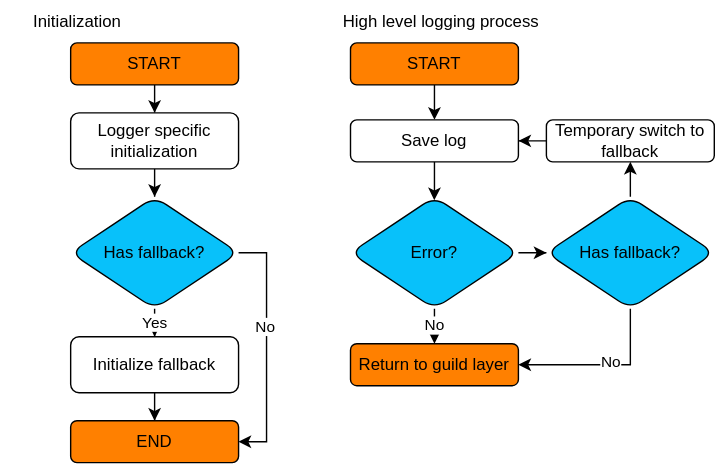
Above: docs/thesis/images/daf-high-level-log.svg in davidhozic/discord-advertisement-framework (draw.io), before the change. Source tidied: cells renumbered, new cells last; positions are measured from the earlier drawing's top-left corner, leaving out a move shared by most shapes.
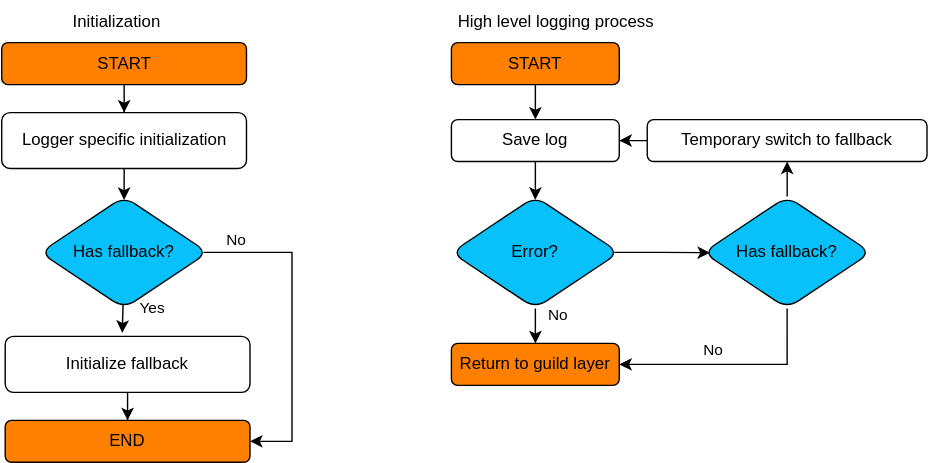
After the change.

What changed in the source:
```diff
@@ -6,27 +6,29 @@
       <mxGeometry relative="1" as="geometry" />
     </mxCell>
     <mxCell id="3" value="START" style="rounded=1;whiteSpace=wrap;html=1;fontSize=12;glass=0;strokeWidth=1;shadow=0;fillColor=#FF8000;strokeColor=default;" parent="1" vertex="1">
-      <mxGeometry x="50" y="30" width="120" height="30" as="geometry" />
+      <mxGeometry x="22.5" y="30" width="175" height="30" as="geometry" />
     </mxCell>
-    <mxCell id="4" style="edgeStyle=orthogonalEdgeStyle;rounded=0;jettySize=auto;html=1;" parent="1" edge="1" source="5" target="9">
+    <mxCell id="4" style="edgeStyle=orthogonalEdgeStyle;rounded=0;jettySize=auto;html=1;entryX=0.5;entryY=0.031;entryDx=0;entryDy=0;entryPerimeter=0;" parent="1" edge="1" source="5" target="9">
       <mxGeometry relative="1" as="geometry" />
     </mxCell>
     <mxCell id="5" value="Logger specific initialization" style="whiteSpace=wrap;html=1;rounded=1;glass=0;strokeWidth=1;shadow=0;" parent="1" vertex="1">
-      <mxGeometry x="50" y="80" width="120" height="40" as="geometry" />
+      <mxGeometry x="22.5" y="80" width="175" height="40" as="geometry" />
     </mxCell>
-    <mxCell id="6" value="Yes" style="edgeStyle=orthogonalEdgeStyle;rounded=0;jettySize=auto;html=1;" parent="1" edge="1" source="9" target="11">
-      <mxGeometry relative="1" as="geometry" />
+    <mxCell id="6" value="Yes" style="edgeStyle=orthogonalEdgeStyle;rounded=0;jettySize=auto;html=1;exitX=0.494;exitY=0.962;exitDx=0;exitDy=0;exitPerimeter=0;entryX=0.478;entryY=-0.063;entryDx=0;entryDy=0;entryPerimeter=0;" parent="1" edge="1" source="9" target="11">
+      <mxGeometry x="-0.77" y="21" relative="1" as="geometry" />
     </mxCell>
-    <mxCell id="7" style="edgeStyle=orthogonalEdgeStyle;rounded=0;jettySize=auto;html=1;entryX=1;entryY=0.5;entryDx=0;entryDy=0;" parent="1" edge="1" source="9" target="12">
+    <mxCell id="7" style="edgeStyle=orthogonalEdgeStyle;rounded=0;jettySize=auto;html=1;entryX=1;entryY=0.5;entryDx=0;entryDy=0;exitX=0.973;exitY=0.499;exitDx=0;exitDy=0;exitPerimeter=0;" parent="1" edge="1" source="9" target="12">
       <mxGeometry relative="1" as="geometry">
         <Array as="points">
-          <mxPoint x="190" y="180" />
-          <mxPoint x="190" y="315" />
+          <mxPoint x="230" y="180" />
+          <mxPoint x="230" y="315" />
         </Array>
       </mxGeometry>
     </mxCell>
     <mxCell id="8" value="No" style="edgeLabel;html=1;align=center;verticalAlign=middle;" parent="7" vertex="1">
-      <mxGeometry x="-0.18" y="-1" relative="1" as="geometry" />
+      <mxGeometry x="-0.18" y="-1" relative="1" as="geometry">
+        <mxPoint x="-39" y="-40" as="offset" />
+      </mxGeometry>
     </mxCell>
     <mxCell id="9" value="Has fallback?" style="rhombus;whiteSpace=wrap;html=1;rounded=1;glass=0;strokeWidth=1;shadow=0;fillColor=#08C1FA;" parent="1" vertex="1">
       <mxGeometry x="50" y="140" width="120" height="80" as="geometry" />
@@ -35,58 +37,60 @@
       <mxGeometry relative="1" as="geometry" />
     </mxCell>
     <mxCell id="11" value="Initialize fallback" style="whiteSpace=wrap;html=1;rounded=1;glass=0;strokeWidth=1;shadow=0;" parent="1" vertex="1">
-      <mxGeometry x="50" y="240" width="120" height="40" as="geometry" />
+      <mxGeometry x="25" y="240" width="175" height="40" as="geometry" />
     </mxCell>
     <mxCell id="12" value="END" style="whiteSpace=wrap;html=1;rounded=1;glass=0;strokeWidth=1;shadow=0;fillColor=#FF8000;strokeColor=default;" parent="1" vertex="1">
-      <mxGeometry x="50" y="300" width="120" height="30" as="geometry" />
+      <mxGeometry x="25" y="300" width="175" height="30" as="geometry" />
     </mxCell>
     <mxCell id="13" value="Initialization" style="text;html=1;strokeColor=none;fillColor=none;align=center;verticalAlign=middle;whiteSpace=wrap;rounded=0;" parent="1" vertex="1">
-      <mxGeometry width="110" height="30" as="geometry" />
+      <mxGeometry x="50" width="110" height="30" as="geometry" />
     </mxCell>
     <mxCell id="14" style="edgeStyle=orthogonalEdgeStyle;rounded=0;jettySize=auto;html=1;" parent="1" edge="1" source="15" target="17">
       <mxGeometry relative="1" as="geometry" />
     </mxCell>
     <mxCell id="15" value="START" style="rounded=1;whiteSpace=wrap;html=1;fontSize=12;glass=0;strokeWidth=1;shadow=0;fillColor=#FF8000;strokeColor=default;" parent="1" vertex="1">
-      <mxGeometry x="250" y="30" width="120" height="30" as="geometry" />
+      <mxGeometry x="344" y="30" width="120" height="30" as="geometry" />
     </mxCell>
     <mxCell id="16" style="edgeStyle=orthogonalEdgeStyle;rounded=0;jettySize=auto;html=1;entryX=0.499;entryY=0.03;entryDx=0;entryDy=0;entryPerimeter=0;" parent="1" edge="1" source="17" target="20">
       <mxGeometry relative="1" as="geometry" />
     </mxCell>
     <mxCell id="17" value="Save log" style="whiteSpace=wrap;html=1;rounded=1;glass=0;strokeWidth=1;shadow=0;" parent="1" vertex="1">
-      <mxGeometry x="250" y="85" width="120" height="30" as="geometry" />
+      <mxGeometry x="344" y="85" width="120" height="30" as="geometry" />
     </mxCell>
-    <mxCell id="18" style="edgeStyle=orthogonalEdgeStyle;rounded=0;jettySize=auto;html=1;" parent="1" edge="1" source="20" target="24">
+    <mxCell id="18" style="edgeStyle=orthogonalEdgeStyle;rounded=0;jettySize=auto;html=1;entryX=0.041;entryY=0.502;entryDx=0;entryDy=0;entryPerimeter=0;exitX=0.971;exitY=0.499;exitDx=0;exitDy=0;exitPerimeter=0;" parent="1" edge="1" source="20" target="24">
       <mxGeometry relative="1" as="geometry" />
     </mxCell>
     <mxCell id="19" value="No" style="edgeStyle=orthogonalEdgeStyle;rounded=0;jettySize=auto;html=1;" parent="1" edge="1" source="20" target="25">
-      <mxGeometry relative="1" as="geometry" />
+      <mxGeometry x="-0.82" y="16" relative="1" as="geometry" />
     </mxCell>
     <mxCell id="20" value="Error?" style="rhombus;whiteSpace=wrap;html=1;rounded=1;glass=0;strokeWidth=1;shadow=0;fillColor=#08C1FA;" parent="1" vertex="1">
-      <mxGeometry x="250" y="140" width="120" height="80" as="geometry" />
+      <mxGeometry x="344" y="140" width="120" height="80" as="geometry" />
     </mxCell>
     <mxCell id="21" style="edgeStyle=orthogonalEdgeStyle;rounded=0;jettySize=auto;html=1;exitX=0.5;exitY=1;exitDx=0;exitDy=0;entryX=1;entryY=0.5;entryDx=0;entryDy=0;" parent="1" edge="1" source="24" target="25">
       <mxGeometry relative="1" as="geometry" />
     </mxCell>
     <mxCell id="22" value="No" style="edgeLabel;html=1;align=center;verticalAlign=middle;" parent="21" vertex="1">
-      <mxGeometry x="-0.08" y="-2" relative="1" as="geometry" />
+      <mxGeometry x="-0.08" y="-2" relative="1" as="geometry">
+        <mxPoint x="-20" y="-8" as="offset" />
+      </mxGeometry>
     </mxCell>
     <mxCell id="23" style="edgeStyle=orthogonalEdgeStyle;rounded=0;jettySize=auto;html=1;" parent="1" edge="1" source="24" target="27">
       <mxGeometry relative="1" as="geometry" />
     </mxCell>
     <mxCell id="24" value="Has fallback?" style="rhombus;whiteSpace=wrap;html=1;rounded=1;glass=0;strokeWidth=1;shadow=0;fillColor=#08C1FA;" parent="1" vertex="1">
-      <mxGeometry x="390" y="140" width="120" height="80" as="geometry" />
+      <mxGeometry x="524" y="140" width="120" height="80" as="geometry" />
     </mxCell>
     <mxCell id="25" value="Return to guild layer" style="whiteSpace=wrap;html=1;rounded=1;glass=0;strokeWidth=1;shadow=0;fillColor=#FF8000;strokeColor=default;" parent="1" vertex="1">
-      <mxGeometry x="250" y="245" width="120" height="30" as="geometry" />
+      <mxGeometry x="344" y="245" width="120" height="30" as="geometry" />
     </mxCell>
     <mxCell id="26" style="edgeStyle=orthogonalEdgeStyle;rounded=0;jettySize=auto;html=1;" parent="1" edge="1" source="27" target="17">
       <mxGeometry relative="1" as="geometry" />
     </mxCell>
     <mxCell id="27" value="Temporary switch to fallback" style="whiteSpace=wrap;html=1;rounded=1;glass=0;strokeWidth=1;shadow=0;" parent="1" vertex="1">
-      <mxGeometry x="390" y="85" width="120" height="30" as="geometry" />
+      <mxGeometry x="484" y="85" width="200" height="30" as="geometry" />
     </mxCell>
     <mxCell id="28" value="High level logging process" style="text;html=1;strokeColor=none;fillColor=none;align=center;verticalAlign=middle;whiteSpace=wrap;rounded=0;" parent="1" vertex="1">
-      <mxGeometry x="240" width="150" height="30" as="geometry" />
+      <mxGeometry x="344" width="150" height="30" as="geometry" />
     </mxCell>
   </root>
 </mxGraphModel>
```
